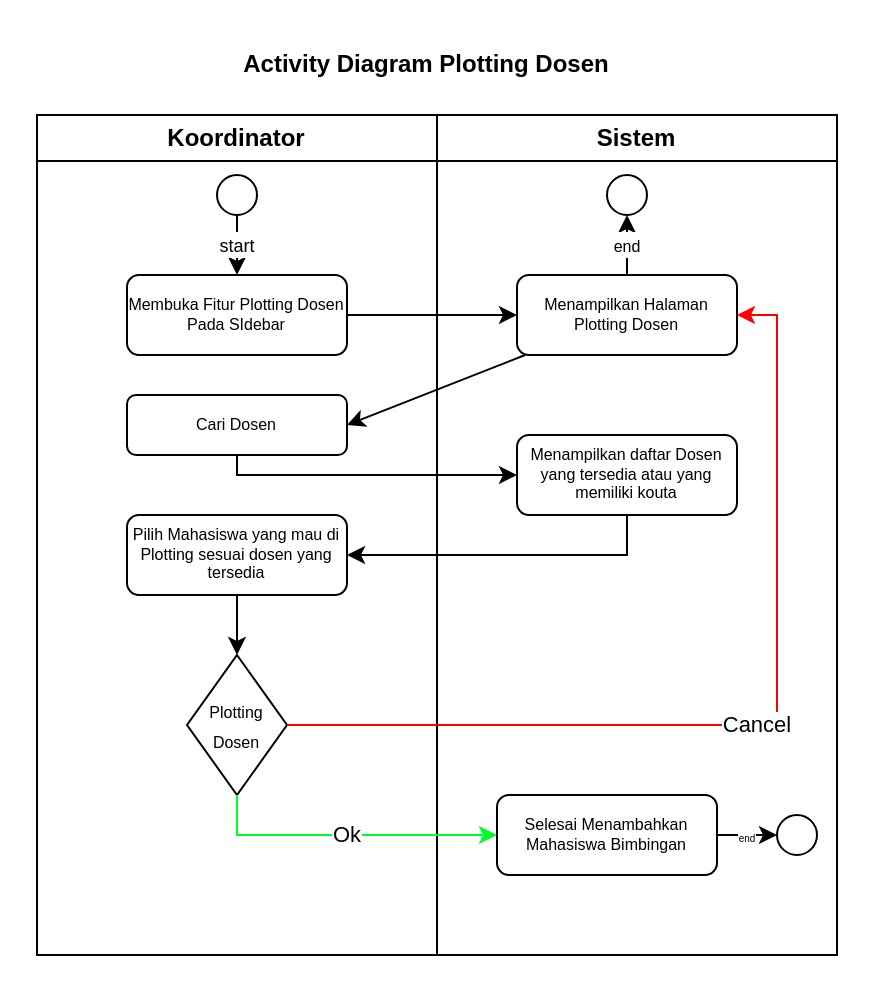
Above: Website Bimbingan Online/Activity Diagram/plotting dosen.drawio in BagusCPaste/draw.io (draw.io), before the change. Source tidied: cells renumbered, new cells numbered last; positions are measured from the earlier drawing's top-left corner, leaving out a move shared by most shapes. Both pictures are drawn from the tidied source at 200%, with x=0, y=0 at pixel (36, 34).
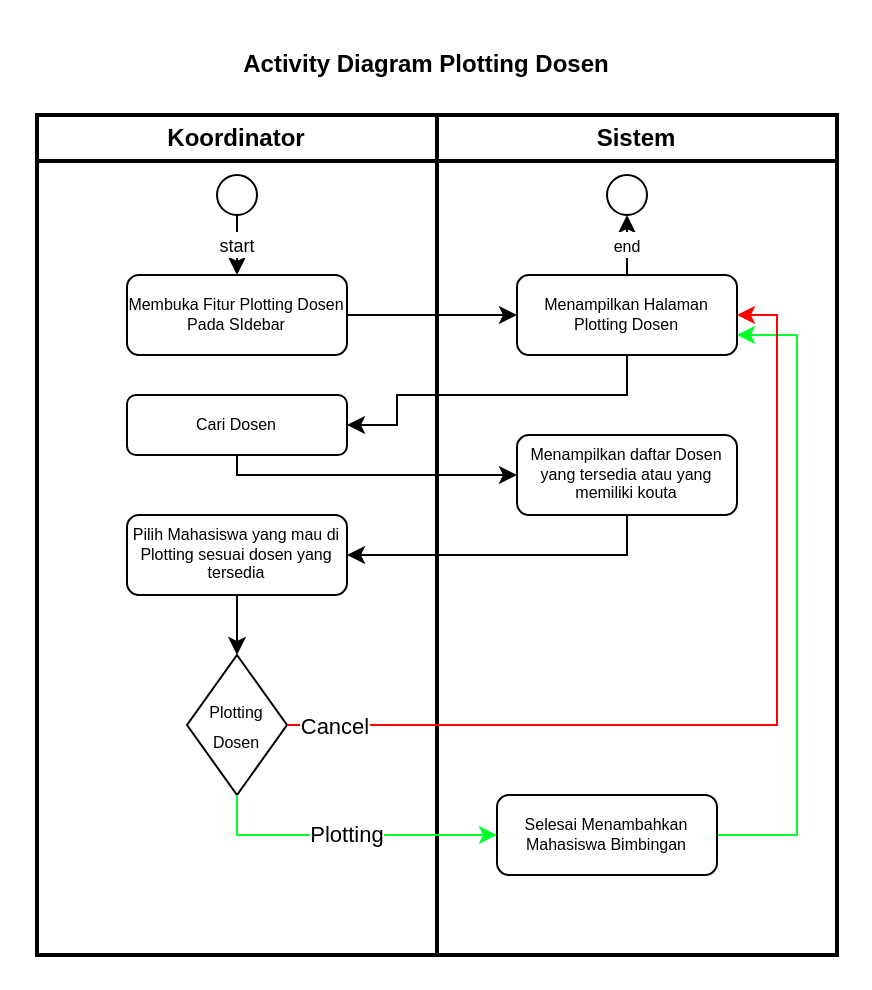
The same diagram, later.

Unchanged cells that the change refers to:
```xml
<mxCell id="6" value="Cari Dosen" style="rounded=1;whiteSpace=wrap;html=1;fontSize=8;" parent="2" vertex="1">
  <mxGeometry x="45" y="140" width="110" height="30" as="geometry" />
</mxCell>
<mxCell id="9" value="&lt;font style=&quot;font-size: 8px;&quot;&gt;Plotting Dosen&lt;/font&gt;" style="rhombus;whiteSpace=wrap;html=1;" parent="2" vertex="1">
  <mxGeometry x="75" y="270" width="50" height="70" as="geometry" />
</mxCell>
<mxCell id="12" value="Menampilkan Halaman Plotting Dosen" style="rounded=1;whiteSpace=wrap;html=1;fontSize=8;" parent="10" vertex="1">
  <mxGeometry x="40" y="80" width="110" height="40" as="geometry" />
</mxCell>
<mxCell id="16" value="Selesai Menambahkan Mahasiswa Bimbingan" style="rounded=1;whiteSpace=wrap;html=1;fontSize=8;" parent="10" vertex="1">
  <mxGeometry x="30" y="340" width="110" height="40" as="geometry" />
</mxCell>
```

What changed in the source:
```diff
@@
-    <mxCell id="2" value="Koordinator" style="swimlane;whiteSpace=wrap;html=1;" parent="1" vertex="1">
+    <mxCell id="2" value="Koordinator" style="swimlane;whiteSpace=wrap;html=1;strokeWidth=2;" parent="1" vertex="1">
       <mxGeometry y="40" width="200" height="420" as="geometry" />
     </mxCell>
@@
-    <mxCell id="10" value="Sistem" style="swimlane;whiteSpace=wrap;html=1;" parent="1" vertex="1">
+    <mxCell id="10" value="Sistem" style="swimlane;whiteSpace=wrap;html=1;strokeWidth=2;" parent="1" vertex="1">
       <mxGeometry x="200" y="40" width="200" height="420" as="geometry" />
     </mxCell>
@@
-    <mxCell id="15" value="&lt;font style=&quot;font-size: 5px;&quot;&gt;end&lt;/font&gt;" style="edgeStyle=orthogonalEdgeStyle;rounded=0;jettySize=auto;html=1;exitX=1;exitY=0.5;exitDx=0;exitDy=0;" parent="10" edge="1" source="16" target="17">
-      <mxGeometry relative="1" as="geometry" />
-    </mxCell>
+    <mxCell id="25" style="edgeStyle=orthogonalEdgeStyle;rounded=0;jettySize=auto;html=1;entryX=1;entryY=0.75;entryDx=0;entryDy=0;strokeColor=#00ff2a;" parent="10" edge="1" source="16" target="12">
+      <mxGeometry relative="1" as="geometry">
+        <Array as="points">
+          <mxPoint x="180" y="360" />
+          <mxPoint x="180" y="110" />
+        </Array>
+      </mxGeometry>
+    </mxCell>
@@
-    <mxCell id="17" style="ellipse;whiteSpace=wrap;html=1;" parent="10" vertex="1">
-      <mxGeometry x="170" y="350" width="20" height="20" as="geometry" />
-    </mxCell>
@@
-    <mxCell id="20" style="rounded=0;jettySize=auto;html=1;entryX=1;entryY=0.5;entryDx=0;entryDy=0;" parent="1" edge="1" source="12" target="6">
-      <mxGeometry relative="1" as="geometry" />
+    <mxCell id="20" style="rounded=0;jettySize=auto;html=1;entryX=1;entryY=0.5;entryDx=0;entryDy=0;exitX=0.5;exitY=1;exitDx=0;exitDy=0;edgeStyle=orthogonalEdgeStyle;" parent="1" edge="1" source="12" target="6">
+      <mxGeometry relative="1" as="geometry">
+        <Array as="points">
+          <mxPoint x="295" y="180" />
+          <mxPoint x="180" y="180" />
+          <mxPoint x="180" y="195" />
+        </Array>
+      </mxGeometry>
     </mxCell>
@@
-    <mxCell id="22" value="Cancel" style="edgeStyle=orthogonalEdgeStyle;rounded=0;jettySize=auto;html=1;entryX=1;entryY=0.5;entryDx=0;entryDy=0;strokeColor=#FF0000;" parent="1" edge="1" source="9" target="12">
+    <mxCell id="22" style="edgeStyle=orthogonalEdgeStyle;rounded=0;jettySize=auto;html=1;entryX=1;entryY=0.5;entryDx=0;entryDy=0;strokeColor=#FF0000;" parent="1" edge="1" source="9" target="12">
       <mxGeometry relative="1" as="geometry">
         <Array as="points">
           <mxPoint x="370" y="345" />
           <mxPoint x="370" y="140" />
         </Array>
       </mxGeometry>
     </mxCell>
+    <mxCell id="26" value="Cancel" style="edgeLabel;html=1;align=center;verticalAlign=middle;" parent="22" vertex="1">
+      <mxGeometry x="-0.9" relative="1" as="geometry" />
+    </mxCell>
-    <mxCell id="23" value="Ok" style="edgeStyle=orthogonalEdgeStyle;rounded=0;jettySize=auto;html=1;exitX=0.5;exitY=1;exitDx=0;exitDy=0;entryX=0;entryY=0.5;entryDx=0;entryDy=0;strokeColor=#00ff2a;" parent="1" edge="1" source="9" target="16">
+    <mxCell id="23" value="Plotting" style="edgeStyle=orthogonalEdgeStyle;rounded=0;jettySize=auto;html=1;exitX=0.5;exitY=1;exitDx=0;exitDy=0;entryX=0;entryY=0.5;entryDx=0;entryDy=0;strokeColor=#00ff2a;" parent="1" edge="1" source="9" target="16">
       <mxGeometry relative="1" as="geometry" />
     </mxCell>
```
